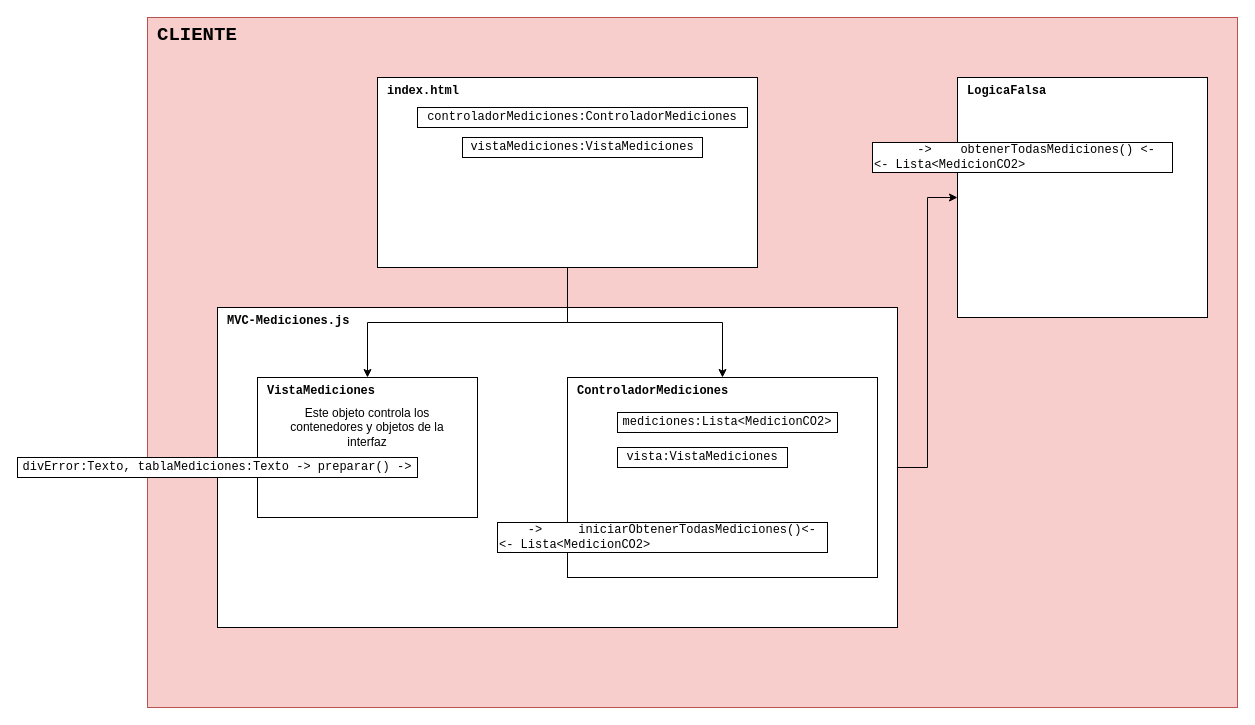
This is doc/DiseñoClienteWeb.drawio from GTI-3A-Pure-Life/Pure-Life-WebApp, a draw.io file, before an edit. Source tidied: cells renumbered, new cells numbered last; positions are measured from the earlier drawing's top-left corner, leaving out a move shared by most shapes. Both pictures are drawn from the tidied source at 100%, with x=0, y=0 at pixel (17, 17).
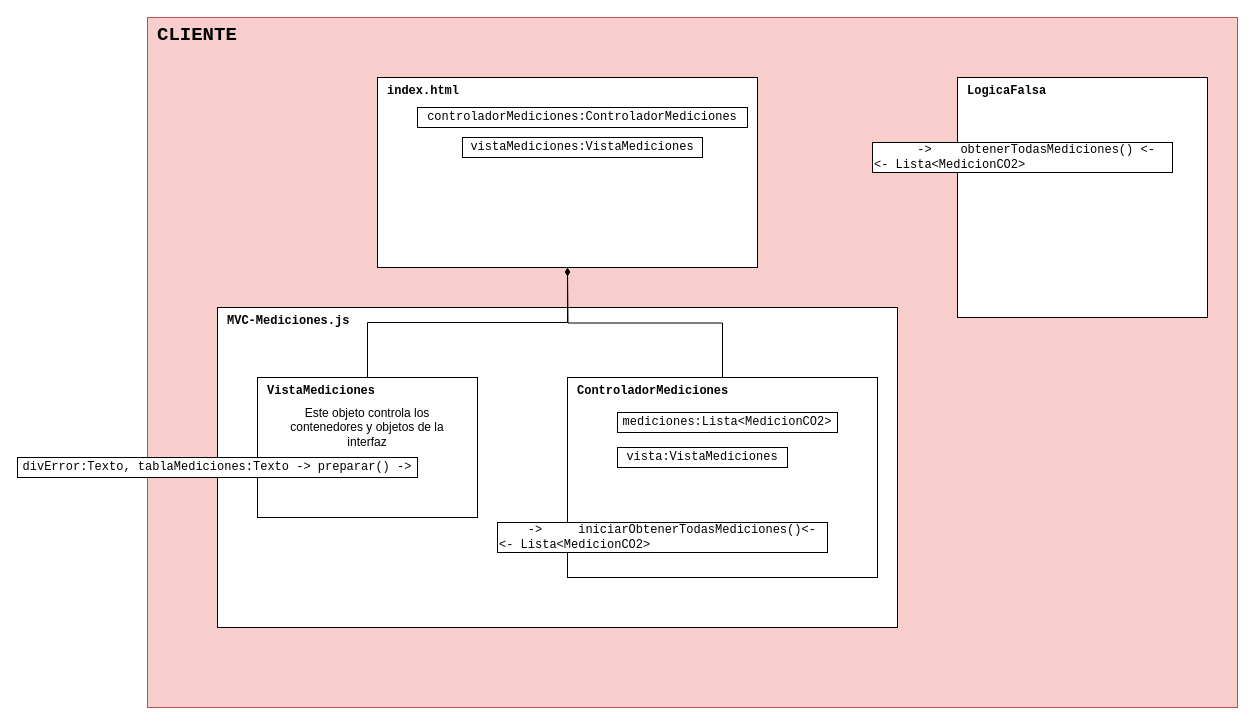
The same page after the edit.

Commit message (it also covers changes not shown here):
Documentacion. Documento de diseño - 09/10/2021

What changed in the source:
```diff
@@
 <mxGraphModel>
   <root>
     <mxCell id="0" />
     <mxCell id="1" parent="0" />
     <mxCell id="2" value="&lt;font style=&quot;font-size: 19px&quot; face=&quot;Courier New&quot;&gt;CLIENTE&lt;/font&gt;" style="whiteSpace=wrap;html=1;align=left;verticalAlign=top;fontStyle=1;spacingLeft=8;fillColor=#f8cecc;strokeColor=#b85450;" parent="1" vertex="1">
       <mxGeometry x="130" width="1090" height="690" as="geometry" />
     </mxCell>
     <mxCell id="3" value="LogicaFalsa" style="rounded=0;whiteSpace=wrap;html=1;align=left;verticalAlign=top;fontStyle=1;spacingLeft=8;fontFamily=Courier New;" parent="1" vertex="1">
       <mxGeometry x="940" y="60" width="250" height="240" as="geometry" />
     </mxCell>
     <mxCell id="4" value="&amp;nbsp; &amp;nbsp; &amp;nbsp; -&amp;gt;&amp;nbsp; &amp;nbsp; obtenerTodasMediciones() &amp;lt;-&lt;br&gt;&amp;lt;- Lista&amp;lt;MedicionCO2&amp;gt;" style="rounded=0;whiteSpace=wrap;html=1;fontFamily=Courier New;align=left;" parent="1" vertex="1">
       <mxGeometry x="855" y="125" width="300" height="30" as="geometry" />
     </mxCell>
-    <mxCell id="5" style="edgeStyle=orthogonalEdgeStyle;rounded=0;jettySize=auto;html=1;exitX=1;exitY=0.5;exitDx=0;exitDy=0;entryX=0;entryY=0.5;entryDx=0;entryDy=0;" parent="1" edge="1" source="6" target="3">
-      <mxGeometry relative="1" as="geometry" />
-    </mxCell>
     <mxCell id="6" value="MVC-Mediciones.js" style="rounded=0;whiteSpace=wrap;html=1;align=left;verticalAlign=top;fontStyle=1;spacingLeft=8;fontFamily=Courier New;" parent="1" vertex="1">
       <mxGeometry x="200" y="290" width="680" height="320" as="geometry" />
     </mxCell>
+    <mxCell id="19" style="edgeStyle=orthogonalEdgeStyle;rounded=0;jettySize=auto;html=1;endArrow=diamondThin;endFill=1;" parent="1" edge="1" source="7">
+      <mxGeometry relative="1" as="geometry">
+        <mxPoint x="550" y="250" as="targetPoint" />
+      </mxGeometry>
+    </mxCell>
     <mxCell id="7" value="ControladorMediciones" style="rounded=0;whiteSpace=wrap;html=1;align=left;verticalAlign=top;fontStyle=1;spacingLeft=8;fontFamily=Courier New;" parent="1" vertex="1">
       <mxGeometry x="550" y="360" width="310" height="200" as="geometry" />
     </mxCell>
-    <mxCell id="8" style="edgeStyle=orthogonalEdgeStyle;rounded=0;jettySize=auto;html=1;" parent="1" edge="1" source="10" target="15">
-      <mxGeometry relative="1" as="geometry" />
-    </mxCell>
-    <mxCell id="9" style="edgeStyle=orthogonalEdgeStyle;rounded=0;jettySize=auto;html=1;" parent="1" edge="1" source="10" target="7">
-      <mxGeometry relative="1" as="geometry" />
-    </mxCell>
     <mxCell id="10" value="index.html" style="rounded=0;whiteSpace=wrap;html=1;align=left;verticalAlign=top;fontStyle=1;spacingLeft=8;fontFamily=Courier New;" parent="1" vertex="1">
       <mxGeometry x="360" y="60" width="380" height="190" as="geometry" />
     </mxCell>
     <mxCell id="11" value="controladorMediciones:ControladorMediciones" style="rounded=0;whiteSpace=wrap;html=1;fontFamily=Courier New;" parent="1" vertex="1">
       <mxGeometry x="400" y="90" width="330" height="20" as="geometry" />
     </mxCell>
     <mxCell id="12" value="vistaMediciones:VistaMediciones" style="rounded=0;whiteSpace=wrap;html=1;fontFamily=Courier New;" parent="1" vertex="1">
       <mxGeometry x="445" y="120" width="240" height="20" as="geometry" />
     </mxCell>
     <mxCell id="13" value="mediciones:Lista&amp;lt;MedicionCO2&amp;gt;" style="rounded=0;whiteSpace=wrap;html=1;fontFamily=Courier New;" parent="1" vertex="1">
       <mxGeometry x="600" y="395" width="220" height="20" as="geometry" />
     </mxCell>
     <mxCell id="14" value="&amp;nbsp; &amp;nbsp; -&amp;gt;&amp;nbsp; &amp;nbsp; &amp;nbsp;iniciarObtenerTodasMediciones()&amp;lt;-&lt;br&gt;&lt;span style=&quot;text-align: center&quot;&gt;&amp;lt;- Lista&amp;lt;MedicionCO2&amp;gt;&lt;/span&gt;" style="rounded=0;whiteSpace=wrap;html=1;fontFamily=Courier New;align=left;" parent="1" vertex="1">
       <mxGeometry x="480" y="505" width="330" height="30" as="geometry" />
     </mxCell>
+    <mxCell id="20" style="edgeStyle=orthogonalEdgeStyle;rounded=0;jettySize=auto;html=1;endArrow=diamondThin;endFill=1;" parent="1" edge="1" source="15" target="10">
+      <mxGeometry relative="1" as="geometry" />
+    </mxCell>
     <mxCell id="15" value="VistaMediciones" style="rounded=0;whiteSpace=wrap;html=1;align=left;verticalAlign=top;fontStyle=1;spacingLeft=8;fontFamily=Courier New;" parent="1" vertex="1">
       <mxGeometry x="240" y="360" width="220" height="140" as="geometry" />
     </mxCell>
     <mxCell id="16" value="divError:Texto, tablaMediciones:Texto -&amp;gt; preparar() -&amp;gt;" style="rounded=0;whiteSpace=wrap;html=1;fontFamily=Courier New;" parent="1" vertex="1">
       <mxGeometry y="440" width="400" height="20" as="geometry" />
     </mxCell>
     <mxCell id="17" value="vista:VistaMediciones" style="rounded=0;whiteSpace=wrap;html=1;fontFamily=Courier New;" parent="1" vertex="1">
       <mxGeometry x="600" y="430" width="170" height="20" as="geometry" />
     </mxCell>
     <mxCell id="18" value="Este objeto controla los contenedores y objetos de la interfaz" style="text;html=1;strokeColor=none;fillColor=none;align=center;verticalAlign=middle;whiteSpace=wrap;rounded=0;" parent="1" vertex="1">
       <mxGeometry x="265" y="400" width="170" height="20" as="geometry" />
     </mxCell>
   </root>
 </mxGraphModel>
```
